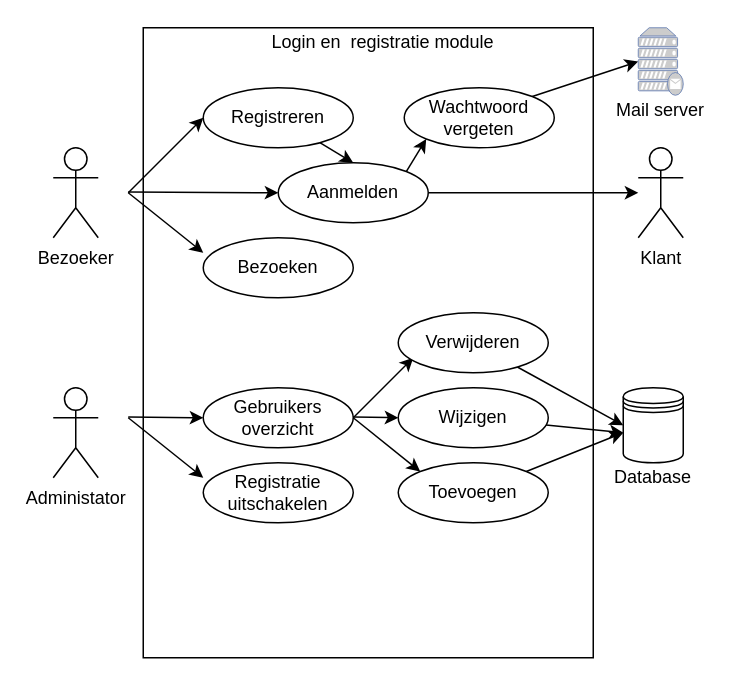
Earlier version of the draw.io diagram Analyse/LoginEnRegistratie.drawio (DDaems/startspeler). Source tidied: cells renumbered, new cells numbered last; positions are measured from the earlier drawing's top-left corner, leaving out a move shared by most shapes. Both pictures are drawn from the tidied source at 150%, with x=0, y=0 at pixel (52, 27).
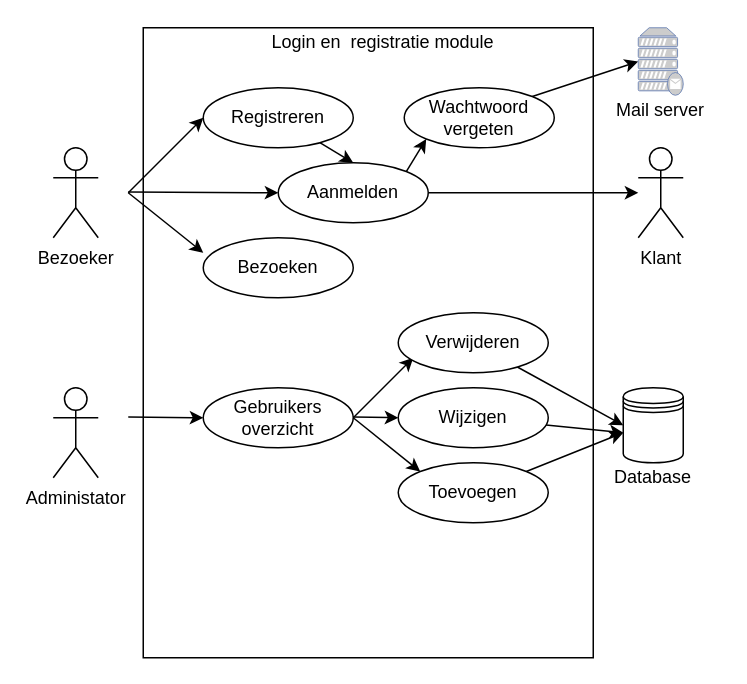
The same page after the edit.

Diff of the diagram source:
```diff
@@
-    <mxCell id="16" value="Registratie uitschakelen" style="ellipse;whiteSpace=wrap;html=1;align=center;" parent="1" vertex="1">
-      <mxGeometry x="100" y="290" width="100" height="40" as="geometry" />
-    </mxCell>
-    <mxCell id="17" style="endArrow=classic;html=1;" parent="1" edge="1">
-      <mxGeometry relative="1" as="geometry">
-        <mxPoint x="50" y="260" as="sourcePoint" />
-        <mxPoint x="100" y="300" as="targetPoint" />
-      </mxGeometry>
-    </mxCell>
```
